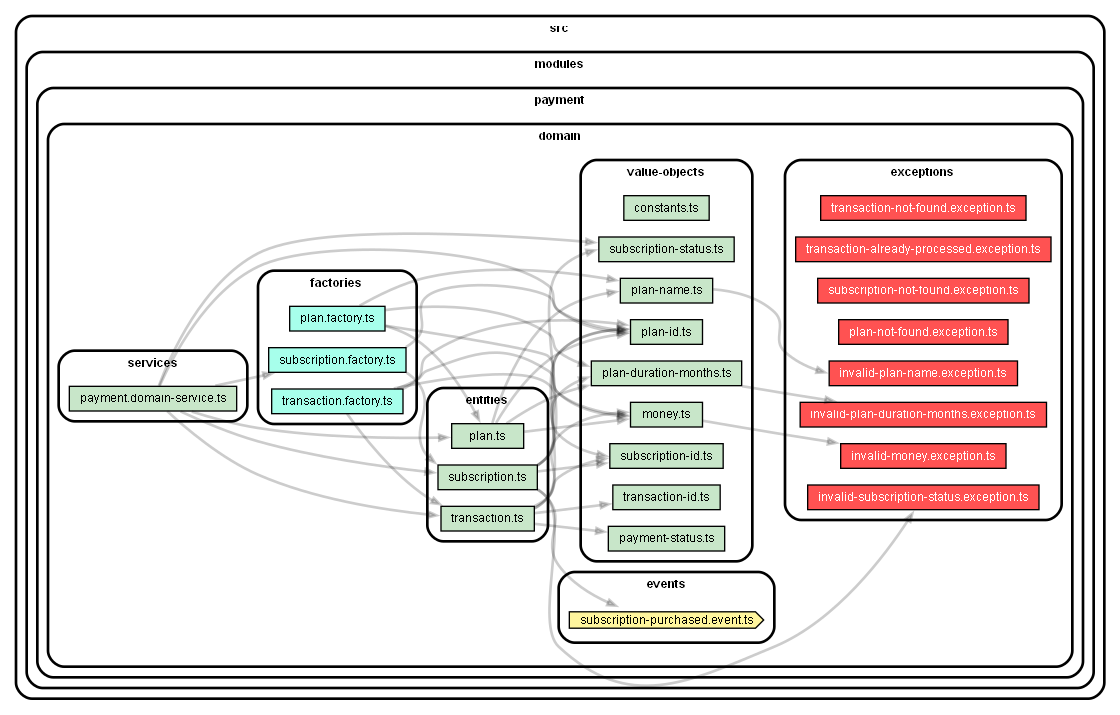
Above: docs/pictures/architecture-domain.png in 20206205Tech/code-payment-service (Graphviz), before the change. Its source is kept beside it as docs/pictures/architecture-domain.dot. Source of this version:
```dot
strict digraph "dependency-cruiser output"{
    rankdir="LR" splines="true" overlap="false" nodesep="0.16" ranksep="0.18" fontname="Helvetica-bold" fontsize="9" style="rounded,bold,filled" fillcolor="#ffffff" compound="true"
    node [shape="box" style="rounded, filled" height="0.2" color="black" fillcolor="#ffffcc" fontcolor="black" fontname="Helvetica" fontsize="9"]
    edge [arrowhead="normal" arrowsize="0.6" penwidth="2.0" color="#00000033" fontname="Helvetica" fontsize="9"]

    subgraph "cluster_src" {label="src" subgraph "cluster_src/modules" {label="modules" subgraph "cluster_src/modules/payment" {label="payment" subgraph "cluster_src/modules/payment/domain" {label="domain" subgraph "cluster_src/modules/payment/domain/entities" {label="entities" "src/modules/payment/domain/entities/plan.ts" [label=<plan.ts> tooltip="plan.ts" URL="src/modules/payment/domain/entities/plan.ts" fillcolor="#c8e6c9" style="filled" shape="box"] } } } } }
    "src/modules/payment/domain/entities/plan.ts" -> "src/modules/payment/domain/value-objects/money.ts"
    "src/modules/payment/domain/entities/plan.ts" -> "src/modules/payment/domain/value-objects/plan-duration-months.ts"
    "src/modules/payment/domain/entities/plan.ts" -> "src/modules/payment/domain/value-objects/plan-id.ts"
    "src/modules/payment/domain/entities/plan.ts" -> "src/modules/payment/domain/value-objects/plan-name.ts"
    subgraph "cluster_src" {label="src" subgraph "cluster_src/modules" {label="modules" subgraph "cluster_src/modules/payment" {label="payment" subgraph "cluster_src/modules/payment/domain" {label="domain" subgraph "cluster_src/modules/payment/domain/entities" {label="entities" "src/modules/payment/domain/entities/subscription.ts" [label=<subscription.ts> tooltip="subscription.ts" URL="src/modules/payment/domain/entities/subscription.ts" fillcolor="#c8e6c9" style="filled" shape="box"] } } } } }
    "src/modules/payment/domain/entities/subscription.ts" -> "src/modules/payment/domain/events/subscription-purchased.event.ts"
    "src/modules/payment/domain/entities/subscription.ts" -> "src/modules/payment/domain/exceptions/invalid-subscription-status.exception.ts"
    "src/modules/payment/domain/entities/subscription.ts" -> "src/modules/payment/domain/value-objects/plan-duration-months.ts"
    "src/modules/payment/domain/entities/subscription.ts" -> "src/modules/payment/domain/value-objects/plan-id.ts"
    "src/modules/payment/domain/entities/subscription.ts" -> "src/modules/payment/domain/value-objects/subscription-id.ts"
    "src/modules/payment/domain/entities/subscription.ts" -> "src/modules/payment/domain/value-objects/subscription-status.ts"
    subgraph "cluster_src" {label="src" subgraph "cluster_src/modules" {label="modules" subgraph "cluster_src/modules/payment" {label="payment" subgraph "cluster_src/modules/payment/domain" {label="domain" subgraph "cluster_src/modules/payment/domain/entities" {label="entities" "src/modules/payment/domain/entities/transaction.ts" [label=<transaction.ts> tooltip="transaction.ts" URL="src/modules/payment/domain/entities/transaction.ts" fillcolor="#c8e6c9" style="filled" shape="box"] } } } } }
    "src/modules/payment/domain/entities/transaction.ts" -> "src/modules/payment/domain/value-objects/money.ts"
    "src/modules/payment/domain/entities/transaction.ts" -> "src/modules/payment/domain/value-objects/payment-status.ts"
    "src/modules/payment/domain/entities/transaction.ts" -> "src/modules/payment/domain/value-objects/plan-id.ts"
    "src/modules/payment/domain/entities/transaction.ts" -> "src/modules/payment/domain/value-objects/subscription-id.ts"
    "src/modules/payment/domain/entities/transaction.ts" -> "src/modules/payment/domain/value-objects/transaction-id.ts"
    subgraph "cluster_src" {label="src" subgraph "cluster_src/modules" {label="modules" subgraph "cluster_src/modules/payment" {label="payment" subgraph "cluster_src/modules/payment/domain" {label="domain" subgraph "cluster_src/modules/payment/domain/events" {label="events" "src/modules/payment/domain/events/subscription-purchased.event.ts" [label=<subscription-purchased.event.ts> tooltip="subscription-purchased.event.ts" URL="src/modules/payment/domain/events/subscription-purchased.event.ts" fillcolor="#fff59d" style="filled" shape="cds"] } } } } }
    subgraph "cluster_src" {label="src" subgraph "cluster_src/modules" {label="modules" subgraph "cluster_src/modules/payment" {label="payment" subgraph "cluster_src/modules/payment/domain" {label="domain" subgraph "cluster_src/modules/payment/domain/exceptions" {label="exceptions" "src/modules/payment/domain/exceptions/invalid-money.exception.ts" [label=<invalid-money.exception.ts> tooltip="invalid-money.exception.ts" URL="src/modules/payment/domain/exceptions/invalid-money.exception.ts" fillcolor="#ff5252" style="filled" shape="box" fontcolor="white"] } } } } }
    subgraph "cluster_src" {label="src" subgraph "cluster_src/modules" {label="modules" subgraph "cluster_src/modules/payment" {label="payment" subgraph "cluster_src/modules/payment/domain" {label="domain" subgraph "cluster_src/modules/payment/domain/exceptions" {label="exceptions" "src/modules/payment/domain/exceptions/invalid-plan-duration-months.exception.ts" [label=<invalid-plan-duration-months.exception.ts> tooltip="invalid-plan-duration-months.exception.ts" URL="src/modules/payment/domain/exceptions/invalid-plan-duration-months.exception.ts" fillcolor="#ff5252" style="filled" shape="box" fontcolor="white"] } } } } }
    subgraph "cluster_src" {label="src" subgraph "cluster_src/modules" {label="modules" subgraph "cluster_src/modules/payment" {label="payment" subgraph "cluster_src/modules/payment/domain" {label="domain" subgraph "cluster_src/modules/payment/domain/exceptions" {label="exceptions" "src/modules/payment/domain/exceptions/invalid-plan-name.exception.ts" [label=<invalid-plan-name.exception.ts> tooltip="invalid-plan-name.exception.ts" URL="src/modules/payment/domain/exceptions/invalid-plan-name.exception.ts" fillcolor="#ff5252" style="filled" shape="box" fontcolor="white"] } } } } }
    subgraph "cluster_src" {label="src" subgraph "cluster_src/modules" {label="modules" subgraph "cluster_src/modules/payment" {label="payment" subgraph "cluster_src/modules/payment/domain" {label="domain" subgraph "cluster_src/modules/payment/domain/exceptions" {label="exceptions" "src/modules/payment/domain/exceptions/invalid-subscription-status.exception.ts" [label=<invalid-subscription-status.exception.ts> tooltip="invalid-subscription-status.exception.ts" URL="src/modules/payment/domain/exceptions/invalid-subscription-status.exception.ts" fillcolor="#ff5252" style="filled" shape="box" fontcolor="white"] } } } } }
    subgraph "cluster_src" {label="src" subgraph "cluster_src/modules" {label="modules" subgraph "cluster_src/modules/payment" {label="payment" subgraph "cluster_src/modules/payment/domain" {label="domain" subgraph "cluster_src/modules/payment/domain/exceptions" {label="exceptions" "src/modules/payment/domain/exceptions/plan-not-found.exception.ts" [label=<plan-not-found.exception.ts> tooltip="plan-not-found.exception.ts" URL="src/modules/payment/domain/exceptions/plan-not-found.exception.ts" fillcolor="#ff5252" style="filled" shape="box" fontcolor="white"] } } } } }
    subgraph "cluster_src" {label="src" subgraph "cluster_src/modules" {label="modules" subgraph "cluster_src/modules/payment" {label="payment" subgraph "cluster_src/modules/payment/domain" {label="domain" subgraph "cluster_src/modules/payment/domain/exceptions" {label="exceptions" "src/modules/payment/domain/exceptions/subscription-not-found.exception.ts" [label=<subscription-not-found.exception.ts> tooltip="subscription-not-found.exception.ts" URL="src/modules/payment/domain/exceptions/subscription-not-found.exception.ts" fillcolor="#ff5252" style="filled" shape="box" fontcolor="white"] } } } } }
    subgraph "cluster_src" {label="src" subgraph "cluster_src/modules" {label="modules" subgraph "cluster_src/modules/payment" {label="payment" subgraph "cluster_src/modules/payment/domain" {label="domain" subgraph "cluster_src/modules/payment/domain/exceptions" {label="exceptions" "src/modules/payment/domain/exceptions/transaction-already-processed.exception.ts" [label=<transaction-already-processed.exception.ts> tooltip="transaction-already-processed.exception.ts" URL="src/modules/payment/domain/exceptions/transaction-already-processed.exception.ts" fillcolor="#ff5252" style="filled" shape="box" fontcolor="white"] } } } } }
    subgraph "cluster_src" {label="src" subgraph "cluster_src/modules" {label="modules" subgraph "cluster_src/modules/payment" {label="payment" subgraph "cluster_src/modules/payment/domain" {label="domain" subgraph "cluster_src/modules/payment/domain/exceptions" {label="exceptions" "src/modules/payment/domain/exceptions/transaction-not-found.exception.ts" [label=<transaction-not-found.exception.ts> tooltip="transaction-not-found.exception.ts" URL="src/modules/payment/domain/exceptions/transaction-not-found.exception.ts" fillcolor="#ff5252" style="filled" shape="box" fontcolor="white"] } } } } }
    subgraph "cluster_src" {label="src" subgraph "cluster_src/modules" {label="modules" subgraph "cluster_src/modules/payment" {label="payment" subgraph "cluster_src/modules/payment/domain" {label="domain" subgraph "cluster_src/modules/payment/domain/factories" {label="factories" "src/modules/payment/domain/factories/plan.factory.ts" [label=<plan.factory.ts> tooltip="plan.factory.ts" URL="src/modules/payment/domain/factories/plan.factory.ts" fillcolor="#a7ffeb" style="filled" shape="box"] } } } } }
    "src/modules/payment/domain/factories/plan.factory.ts" -> "src/modules/payment/domain/entities/plan.ts"
    "src/modules/payment/domain/factories/plan.factory.ts" -> "src/modules/payment/domain/value-objects/money.ts"
    "src/modules/payment/domain/factories/plan.factory.ts" -> "src/modules/payment/domain/value-objects/plan-duration-months.ts"
    "src/modules/payment/domain/factories/plan.factory.ts" -> "src/modules/payment/domain/value-objects/plan-name.ts"
    subgraph "cluster_src" {label="src" subgraph "cluster_src/modules" {label="modules" subgraph "cluster_src/modules/payment" {label="payment" subgraph "cluster_src/modules/payment/domain" {label="domain" subgraph "cluster_src/modules/payment/domain/factories" {label="factories" "src/modules/payment/domain/factories/subscription.factory.ts" [label=<subscription.factory.ts> tooltip="subscription.factory.ts" URL="src/modules/payment/domain/factories/subscription.factory.ts" fillcolor="#a7ffeb" style="filled" shape="box"] } } } } }
    "src/modules/payment/domain/factories/subscription.factory.ts" -> "src/modules/payment/domain/entities/subscription.ts"
    "src/modules/payment/domain/factories/subscription.factory.ts" -> "src/modules/payment/domain/value-objects/plan-id.ts"
    subgraph "cluster_src" {label="src" subgraph "cluster_src/modules" {label="modules" subgraph "cluster_src/modules/payment" {label="payment" subgraph "cluster_src/modules/payment/domain" {label="domain" subgraph "cluster_src/modules/payment/domain/factories" {label="factories" "src/modules/payment/domain/factories/transaction.factory.ts" [label=<transaction.factory.ts> tooltip="transaction.factory.ts" URL="src/modules/payment/domain/factories/transaction.factory.ts" fillcolor="#a7ffeb" style="filled" shape="box"] } } } } }
    "src/modules/payment/domain/factories/transaction.factory.ts" -> "src/modules/payment/domain/entities/transaction.ts"
    "src/modules/payment/domain/factories/transaction.factory.ts" -> "src/modules/payment/domain/value-objects/money.ts"
    "src/modules/payment/domain/factories/transaction.factory.ts" -> "src/modules/payment/domain/value-objects/plan-id.ts"
    "src/modules/payment/domain/factories/transaction.factory.ts" -> "src/modules/payment/domain/value-objects/subscription-id.ts"
    subgraph "cluster_src" {label="src" subgraph "cluster_src/modules" {label="modules" subgraph "cluster_src/modules/payment" {label="payment" subgraph "cluster_src/modules/payment/domain" {label="domain" subgraph "cluster_src/modules/payment/domain/services" {label="services" "src/modules/payment/domain/services/payment.domain-service.ts" [label=<payment.domain-service.ts> tooltip="payment.domain-service.ts" URL="src/modules/payment/domain/services/payment.domain-service.ts" fillcolor="#c8e6c9" style="filled" shape="box"] } } } } }
    "src/modules/payment/domain/services/payment.domain-service.ts" -> "src/modules/payment/domain/entities/plan.ts"
    "src/modules/payment/domain/services/payment.domain-service.ts" -> "src/modules/payment/domain/entities/subscription.ts"
    "src/modules/payment/domain/services/payment.domain-service.ts" -> "src/modules/payment/domain/entities/transaction.ts"
    "src/modules/payment/domain/services/payment.domain-service.ts" -> "src/modules/payment/domain/factories/subscription.factory.ts"
    "src/modules/payment/domain/services/payment.domain-service.ts" -> "src/modules/payment/domain/value-objects/plan-id.ts"
    "src/modules/payment/domain/services/payment.domain-service.ts" -> "src/modules/payment/domain/value-objects/subscription-status.ts"
    subgraph "cluster_src" {label="src" subgraph "cluster_src/modules" {label="modules" subgraph "cluster_src/modules/payment" {label="payment" subgraph "cluster_src/modules/payment/domain" {label="domain" subgraph "cluster_src/modules/payment/domain/value-objects" {label="value-objects" "src/modules/payment/domain/value-objects/constants.ts" [label=<constants.ts> tooltip="constants.ts" URL="src/modules/payment/domain/value-objects/constants.ts" fillcolor="#c8e6c9" style="filled" shape="box"] } } } } }
    subgraph "cluster_src" {label="src" subgraph "cluster_src/modules" {label="modules" subgraph "cluster_src/modules/payment" {label="payment" subgraph "cluster_src/modules/payment/domain" {label="domain" subgraph "cluster_src/modules/payment/domain/value-objects" {label="value-objects" "src/modules/payment/domain/value-objects/money.ts" [label=<money.ts> tooltip="money.ts" URL="src/modules/payment/domain/value-objects/money.ts" fillcolor="#c8e6c9" style="filled" shape="box"] } } } } }
    "src/modules/payment/domain/value-objects/money.ts" -> "src/modules/payment/domain/exceptions/invalid-money.exception.ts"
    subgraph "cluster_src" {label="src" subgraph "cluster_src/modules" {label="modules" subgraph "cluster_src/modules/payment" {label="payment" subgraph "cluster_src/modules/payment/domain" {label="domain" subgraph "cluster_src/modules/payment/domain/value-objects" {label="value-objects" "src/modules/payment/domain/value-objects/payment-status.ts" [label=<payment-status.ts> tooltip="payment-status.ts" URL="src/modules/payment/domain/value-objects/payment-status.ts" fillcolor="#c8e6c9" style="filled" shape="box"] } } } } }
    subgraph "cluster_src" {label="src" subgraph "cluster_src/modules" {label="modules" subgraph "cluster_src/modules/payment" {label="payment" subgraph "cluster_src/modules/payment/domain" {label="domain" subgraph "cluster_src/modules/payment/domain/value-objects" {label="value-objects" "src/modules/payment/domain/value-objects/plan-duration-months.ts" [label=<plan-duration-months.ts> tooltip="plan-duration-months.ts" URL="src/modules/payment/domain/value-objects/plan-duration-months.ts" fillcolor="#c8e6c9" style="filled" shape="box"] } } } } }
    "src/modules/payment/domain/value-objects/plan-duration-months.ts" -> "src/modules/payment/domain/exceptions/invalid-plan-duration-months.exception.ts"
    subgraph "cluster_src" {label="src" subgraph "cluster_src/modules" {label="modules" subgraph "cluster_src/modules/payment" {label="payment" subgraph "cluster_src/modules/payment/domain" {label="domain" subgraph "cluster_src/modules/payment/domain/value-objects" {label="value-objects" "src/modules/payment/domain/value-objects/plan-id.ts" [label=<plan-id.ts> tooltip="plan-id.ts" URL="src/modules/payment/domain/value-objects/plan-id.ts" fillcolor="#c8e6c9" style="filled" shape="box"] } } } } }
    subgraph "cluster_src" {label="src" subgraph "cluster_src/modules" {label="modules" subgraph "cluster_src/modules/payment" {label="payment" subgraph "cluster_src/modules/payment/domain" {label="domain" subgraph "cluster_src/modules/payment/domain/value-objects" {label="value-objects" "src/modules/payment/domain/value-objects/plan-name.ts" [label=<plan-name.ts> tooltip="plan-name.ts" URL="src/modules/payment/domain/value-objects/plan-name.ts" fillcolor="#c8e6c9" style="filled" shape="box"] } } } } }
    "src/modules/payment/domain/value-objects/plan-name.ts" -> "src/modules/payment/domain/exceptions/invalid-plan-name.exception.ts"
    subgraph "cluster_src" {label="src" subgraph "cluster_src/modules" {label="modules" subgraph "cluster_src/modules/payment" {label="payment" subgraph "cluster_src/modules/payment/domain" {label="domain" subgraph "cluster_src/modules/payment/domain/value-objects" {label="value-objects" "src/modules/payment/domain/value-objects/subscription-id.ts" [label=<subscription-id.ts> tooltip="subscription-id.ts" URL="src/modules/payment/domain/value-objects/subscription-id.ts" fillcolor="#c8e6c9" style="filled" shape="box"] } } } } }
    subgraph "cluster_src" {label="src" subgraph "cluster_src/modules" {label="modules" subgraph "cluster_src/modules/payment" {label="payment" subgraph "cluster_src/modules/payment/domain" {label="domain" subgraph "cluster_src/modules/payment/domain/value-objects" {label="value-objects" "src/modules/payment/domain/value-objects/subscription-status.ts" [label=<subscription-status.ts> tooltip="subscription-status.ts" URL="src/modules/payment/domain/value-objects/subscription-status.ts" fillcolor="#c8e6c9" style="filled" shape="box"] } } } } }
    subgraph "cluster_src" {label="src" subgraph "cluster_src/modules" {label="modules" subgraph "cluster_src/modules/payment" {label="payment" subgraph "cluster_src/modules/payment/domain" {label="domain" subgraph "cluster_src/modules/payment/domain/value-objects" {label="value-objects" "src/modules/payment/domain/value-objects/transaction-id.ts" [label=<transaction-id.ts> tooltip="transaction-id.ts" URL="src/modules/payment/domain/value-objects/transaction-id.ts" fillcolor="#c8e6c9" style="filled" shape="box"] } } } } }
}
```
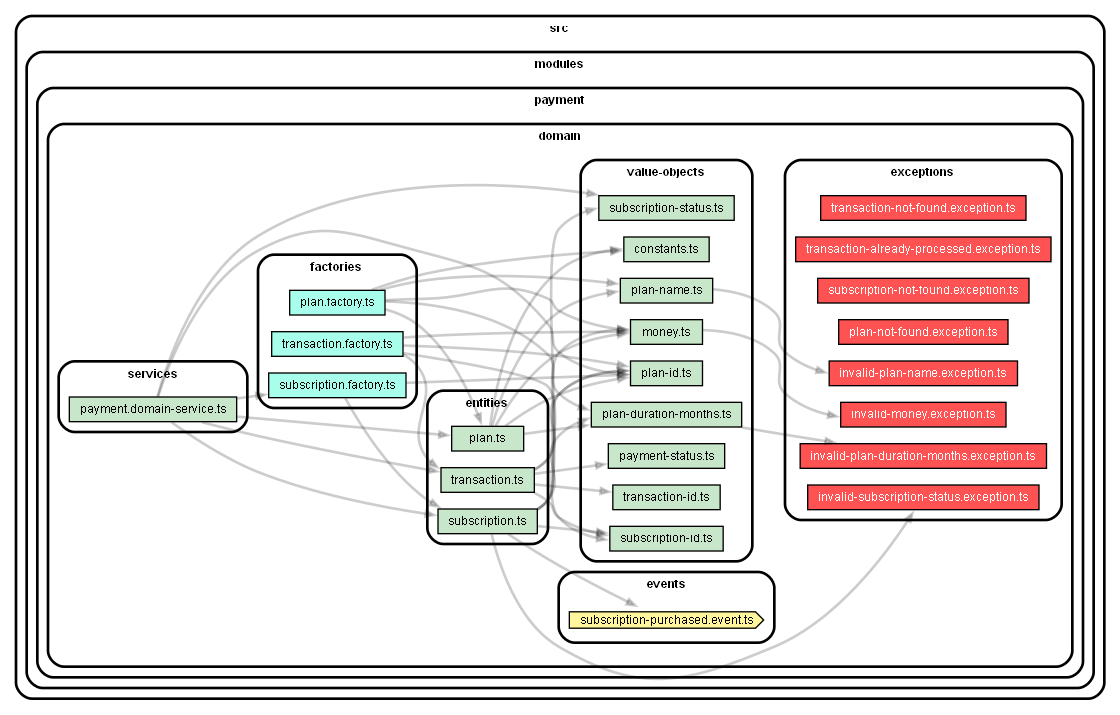
After the commit.

Diff of the diagram source:
```diff
@@ -4,6 +4,7 @@
     edge [arrowhead="normal" arrowsize="0.6" penwidth="2.0" color="#00000033" fontname="Helvetica" fontsize="9"]
 
     subgraph "cluster_src" {label="src" subgraph "cluster_src/modules" {label="modules" subgraph "cluster_src/modules/payment" {label="payment" subgraph "cluster_src/modules/payment/domain" {label="domain" subgraph "cluster_src/modules/payment/domain/entities" {label="entities" "src/modules/payment/domain/entities/plan.ts" [label=<plan.ts> tooltip="plan.ts" URL="src/modules/payment/domain/entities/plan.ts" fillcolor="#c8e6c9" style="filled" shape="box"] } } } } }
+    "src/modules/payment/domain/entities/plan.ts" -> "src/modules/payment/domain/value-objects/constants.ts"
     "src/modules/payment/domain/entities/plan.ts" -> "src/modules/payment/domain/value-objects/money.ts"
     "src/modules/payment/domain/entities/plan.ts" -> "src/modules/payment/domain/value-objects/plan-duration-months.ts"
     "src/modules/payment/domain/entities/plan.ts" -> "src/modules/payment/domain/value-objects/plan-id.ts"
@@ -32,6 +33,7 @@
     subgraph "cluster_src" {label="src" subgraph "cluster_src/modules" {label="modules" subgraph "cluster_src/modules/payment" {label="payment" subgraph "cluster_src/modules/payment/domain" {label="domain" subgraph "cluster_src/modules/payment/domain/exceptions" {label="exceptions" "src/modules/payment/domain/exceptions/transaction-not-found.exception.ts" [label=<transaction-not-found.exception.ts> tooltip="transaction-not-found.exception.ts" URL="src/modules/payment/domain/exceptions/transaction-not-found.exception.ts" fillcolor="#ff5252" style="filled" shape="box" fontcolor="white"] } } } } }
     subgraph "cluster_src" {label="src" subgraph "cluster_src/modules" {label="modules" subgraph "cluster_src/modules/payment" {label="payment" subgraph "cluster_src/modules/payment/domain" {label="domain" subgraph "cluster_src/modules/payment/domain/factories" {label="factories" "src/modules/payment/domain/factories/plan.factory.ts" [label=<plan.factory.ts> tooltip="plan.factory.ts" URL="src/modules/payment/domain/factories/plan.factory.ts" fillcolor="#a7ffeb" style="filled" shape="box"] } } } } }
     "src/modules/payment/domain/factories/plan.factory.ts" -> "src/modules/payment/domain/entities/plan.ts"
+    "src/modules/payment/domain/factories/plan.factory.ts" -> "src/modules/payment/domain/value-objects/constants.ts"
     "src/modules/payment/domain/factories/plan.factory.ts" -> "src/modules/payment/domain/value-objects/money.ts"
     "src/modules/payment/domain/factories/plan.factory.ts" -> "src/modules/payment/domain/value-objects/plan-duration-months.ts"
     "src/modules/payment/domain/factories/plan.factory.ts" -> "src/modules/payment/domain/value-objects/plan-name.ts"
```
